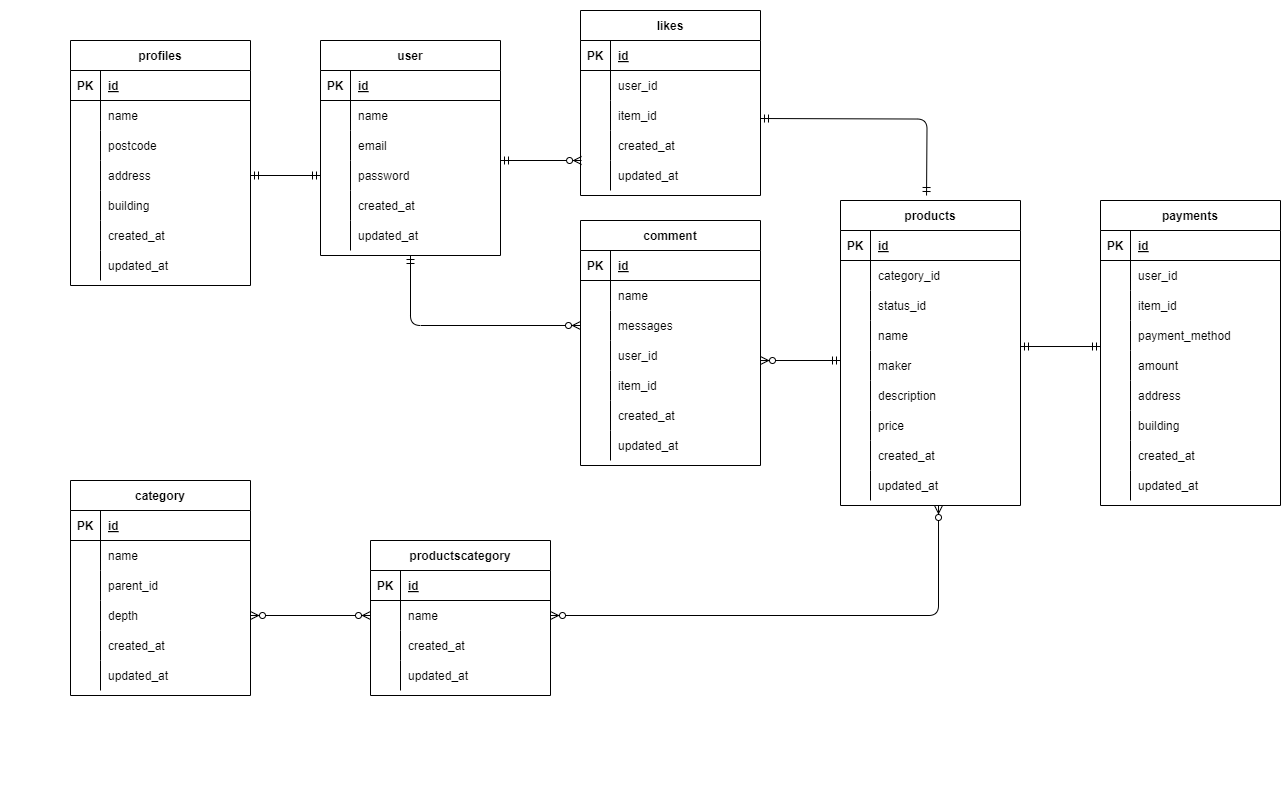
momoca-13/furima keeps this draw.io diagram as .drawio.png. Above is the earlier version. Source tidied: cells renumbered, new cells last; positions are measured from the earlier drawing's top-left corner, leaving out a move shared by most shapes.
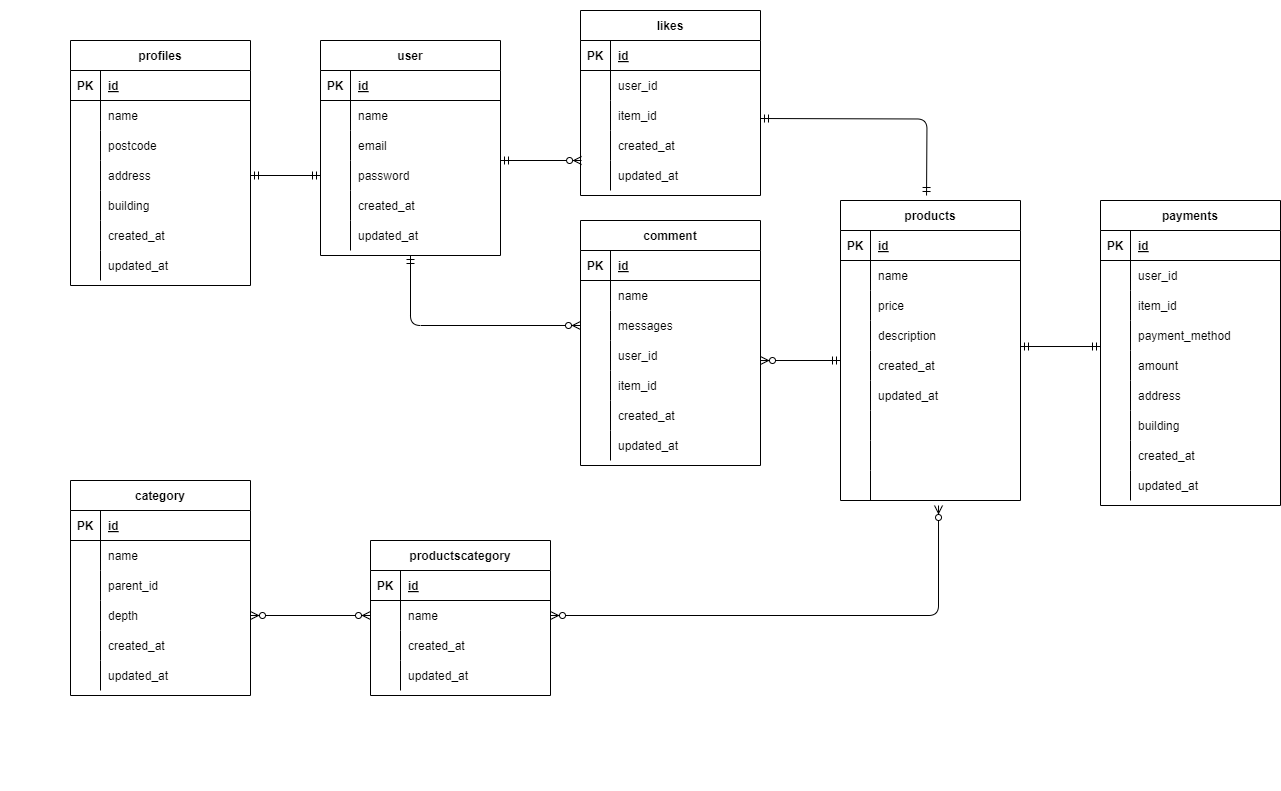
Above is the later version.

Diff of the diagram source:
```diff
@@ -165,7 +165,7 @@
       <mxGeometry x="30" width="150" height="30" as="geometry" />
     </mxCell>
     <mxCell id="56" value="products" style="shape=table;startSize=30;rowLines=0;fontStyle=1;align=center;strokeColor=#000000;fontColor=#000000;fillColor=#FFFFFF;" parent="1" vertex="1">
-      <mxGeometry x="840" y="200" width="180" height="305" as="geometry" />
+      <mxGeometry x="840" y="200" width="180" height="300" as="geometry" />
     </mxCell>
     <mxCell id="57" style="shape=tableRow;horizontal=0;startSize=0;swimlaneHead=0;swimlaneBody=0;fillColor=none;top=0;left=0;right=0;bottom=1;strokeColor=#000000;fontColor=#000000;" parent="56" vertex="1">
       <mxGeometry y="30" width="180" height="30" as="geometry" />
@@ -182,7 +182,7 @@
     <mxCell id="61" style="shape=partialRectangle;fillColor=none;top=0;left=0;bottom=0;right=0;overflow=hidden;strokeColor=#000000;fontColor=#000000;" parent="60" vertex="1">
       <mxGeometry width="30" height="30" as="geometry" />
     </mxCell>
-    <mxCell id="62" value="category_id" style="shape=partialRectangle;fillColor=none;top=0;left=0;bottom=0;right=0;align=left;spacingLeft=6;overflow=hidden;strokeColor=#000000;fontColor=#000000;" parent="60" vertex="1">
+    <mxCell id="62" value="name" style="shape=partialRectangle;fillColor=none;top=0;left=0;bottom=0;right=0;align=left;spacingLeft=6;overflow=hidden;strokeColor=#000000;fontColor=#000000;" parent="60" vertex="1">
       <mxGeometry x="30" width="150" height="30" as="geometry" />
     </mxCell>
     <mxCell id="63" style="shape=tableRow;horizontal=0;startSize=0;swimlaneHead=0;swimlaneBody=0;fillColor=none;top=0;left=0;right=0;bottom=0;strokeColor=#000000;fontColor=#000000;" parent="56" vertex="1">
@@ -191,7 +191,7 @@
     <mxCell id="64" style="shape=partialRectangle;fillColor=none;top=0;left=0;bottom=0;right=0;overflow=hidden;strokeColor=#000000;fontColor=#000000;" parent="63" vertex="1">
       <mxGeometry width="30" height="30" as="geometry" />
     </mxCell>
-    <mxCell id="65" value="status_id" style="shape=partialRectangle;fillColor=none;top=0;left=0;bottom=0;right=0;align=left;spacingLeft=6;overflow=hidden;strokeColor=#000000;fontColor=#000000;" parent="63" vertex="1">
+    <mxCell id="65" value="price" style="shape=partialRectangle;fillColor=none;top=0;left=0;bottom=0;right=0;align=left;spacingLeft=6;overflow=hidden;strokeColor=#000000;fontColor=#000000;" parent="63" vertex="1">
       <mxGeometry x="30" width="150" height="30" as="geometry" />
     </mxCell>
     <mxCell id="66" style="shape=tableRow;horizontal=0;startSize=0;swimlaneHead=0;swimlaneBody=0;fillColor=none;points=[[0,0.5],[1,0.5]];portConstraint=eastwest;top=0;left=0;right=0;bottom=0;strokeColor=#000000;fontColor=#000000;" parent="56" vertex="1">
@@ -200,7 +200,7 @@
     <mxCell id="67" style="shape=partialRectangle;fillColor=none;top=0;left=0;bottom=0;right=0;overflow=hidden;strokeColor=#000000;fontColor=#000000;" parent="66" vertex="1">
       <mxGeometry width="30" height="30" as="geometry" />
     </mxCell>
-    <mxCell id="68" value="name" style="shape=partialRectangle;fillColor=none;top=0;left=0;bottom=0;right=0;align=left;spacingLeft=6;overflow=hidden;strokeColor=#000000;fontColor=#000000;" parent="66" vertex="1">
+    <mxCell id="68" value="description" style="shape=partialRectangle;fillColor=none;top=0;left=0;bottom=0;right=0;align=left;spacingLeft=6;overflow=hidden;strokeColor=#000000;fontColor=#000000;" parent="66" vertex="1">
       <mxGeometry x="30" width="150" height="30" as="geometry" />
     </mxCell>
     <mxCell id="69" style="shape=tableRow;horizontal=0;startSize=0;swimlaneHead=0;swimlaneBody=0;fillColor=none;top=0;left=0;right=0;bottom=0;strokeColor=#000000;fontColor=#000000;" parent="56" vertex="1">
@@ -209,7 +209,7 @@
     <mxCell id="70" style="shape=partialRectangle;fillColor=none;top=0;left=0;bottom=0;right=0;overflow=hidden;strokeColor=#000000;fontColor=#000000;" parent="69" vertex="1">
       <mxGeometry width="30" height="30" as="geometry" />
     </mxCell>
-    <mxCell id="71" value="maker" style="shape=partialRectangle;fillColor=none;top=0;left=0;bottom=0;right=0;align=left;spacingLeft=6;overflow=hidden;strokeColor=#000000;fontColor=#000000;" parent="69" vertex="1">
+    <mxCell id="71" value="created_at" style="shape=partialRectangle;fillColor=none;top=0;left=0;bottom=0;right=0;align=left;spacingLeft=6;overflow=hidden;strokeColor=#000000;fontColor=#000000;" parent="69" vertex="1">
       <mxGeometry x="30" width="150" height="30" as="geometry" />
     </mxCell>
     <mxCell id="72" style="shape=tableRow;horizontal=0;startSize=0;swimlaneHead=0;swimlaneBody=0;fillColor=none;top=0;left=0;right=0;bottom=0;strokeColor=#000000;fontColor=#000000;" parent="56" vertex="1">
@@ -218,7 +218,7 @@
     <mxCell id="73" style="shape=partialRectangle;fillColor=none;top=0;left=0;bottom=0;right=0;overflow=hidden;strokeColor=#000000;fontColor=#000000;" parent="72" vertex="1">
       <mxGeometry width="30" height="30" as="geometry" />
     </mxCell>
-    <mxCell id="74" value="description" style="shape=partialRectangle;fillColor=none;top=0;left=0;bottom=0;right=0;align=left;spacingLeft=6;overflow=hidden;strokeColor=#000000;fontColor=#000000;" parent="72" vertex="1">
+    <mxCell id="74" value="updated_at" style="shape=partialRectangle;fillColor=none;top=0;left=0;bottom=0;right=0;align=left;spacingLeft=6;overflow=hidden;strokeColor=#000000;fontColor=#000000;" parent="72" vertex="1">
       <mxGeometry x="30" width="150" height="30" as="geometry" />
     </mxCell>
     <mxCell id="75" style="shape=tableRow;horizontal=0;startSize=0;swimlaneHead=0;swimlaneBody=0;fillColor=none;top=0;left=0;right=0;bottom=0;strokeColor=#000000;fontColor=#000000;" parent="56" vertex="1">
@@ -227,7 +227,7 @@
     <mxCell id="76" style="shape=partialRectangle;fillColor=none;top=0;left=0;bottom=0;right=0;overflow=hidden;strokeColor=#000000;fontColor=#000000;" parent="75" vertex="1">
       <mxGeometry width="30" height="30" as="geometry" />
     </mxCell>
-    <mxCell id="77" value="price" style="shape=partialRectangle;fillColor=none;top=0;left=0;bottom=0;right=0;align=left;spacingLeft=6;overflow=hidden;strokeColor=#000000;fontColor=#000000;" parent="75" vertex="1">
+    <mxCell id="77" style="shape=partialRectangle;fillColor=none;top=0;left=0;bottom=0;right=0;align=left;spacingLeft=6;overflow=hidden;strokeColor=#000000;fontColor=#000000;" parent="75" vertex="1">
       <mxGeometry x="30" width="150" height="30" as="geometry" />
     </mxCell>
     <mxCell id="78" style="shape=tableRow;horizontal=0;startSize=0;swimlaneHead=0;swimlaneBody=0;fillColor=none;top=0;left=0;right=0;bottom=0;strokeColor=#000000;fontColor=#000000;" parent="56" vertex="1">
@@ -236,7 +236,7 @@
     <mxCell id="79" style="shape=partialRectangle;fillColor=none;top=0;left=0;bottom=0;right=0;overflow=hidden;strokeColor=#000000;fontColor=#000000;" parent="78" vertex="1">
       <mxGeometry width="30" height="30" as="geometry" />
     </mxCell>
-    <mxCell id="80" value="created_at" style="shape=partialRectangle;fillColor=none;top=0;left=0;bottom=0;right=0;align=left;spacingLeft=6;overflow=hidden;strokeColor=#000000;fontColor=#000000;" parent="78" vertex="1">
+    <mxCell id="80" style="shape=partialRectangle;fillColor=none;top=0;left=0;bottom=0;right=0;align=left;spacingLeft=6;overflow=hidden;strokeColor=#000000;fontColor=#000000;" parent="78" vertex="1">
       <mxGeometry x="30" width="150" height="30" as="geometry" />
     </mxCell>
     <mxCell id="81" style="shape=tableRow;horizontal=0;startSize=0;swimlaneHead=0;swimlaneBody=0;fillColor=none;top=0;left=0;right=0;bottom=0;strokeColor=#000000;fontColor=#000000;" parent="56" vertex="1">
@@ -245,7 +245,7 @@
     <mxCell id="82" style="shape=partialRectangle;fillColor=none;top=0;left=0;bottom=0;right=0;overflow=hidden;strokeColor=#000000;fontColor=#000000;" parent="81" vertex="1">
       <mxGeometry width="30" height="30" as="geometry" />
     </mxCell>
-    <mxCell id="83" value="updated_at" style="shape=partialRectangle;fillColor=none;top=0;left=0;bottom=0;right=0;align=left;spacingLeft=6;overflow=hidden;strokeColor=#000000;fontColor=#000000;" parent="81" vertex="1">
+    <mxCell id="83" style="shape=partialRectangle;fillColor=none;top=0;left=0;bottom=0;right=0;align=left;spacingLeft=6;overflow=hidden;strokeColor=#000000;fontColor=#000000;" parent="81" vertex="1">
       <mxGeometry x="30" width="150" height="30" as="geometry" />
     </mxCell>
     <mxCell id="84" value="user" style="shape=table;startSize=30;rowLines=0;fontStyle=1;align=center;strokeColor=#000000;fontColor=#000000;fillColor=#FFFFFF;" parent="1" vertex="1">
```
